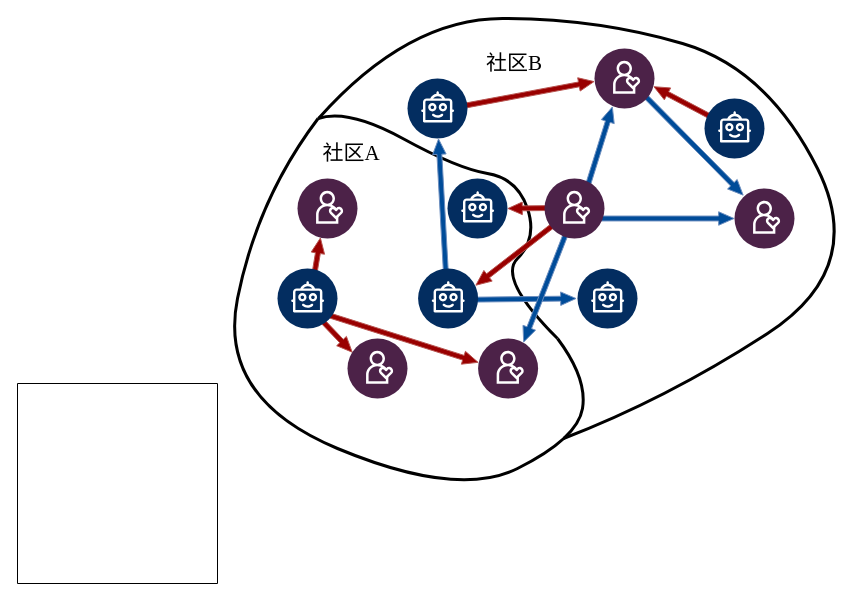
The draw.io diagram 长距离关系示意图.drawio in infizhe/wyz, before the edit. Source tidied: cells renumbered, new cells numbered last; positions are measured from the earlier drawing's top-left corner, leaving out a move shared by most shapes. Both pictures are drawn from the tidied source at 100%, with x=0, y=0 at pixel (17, 18).
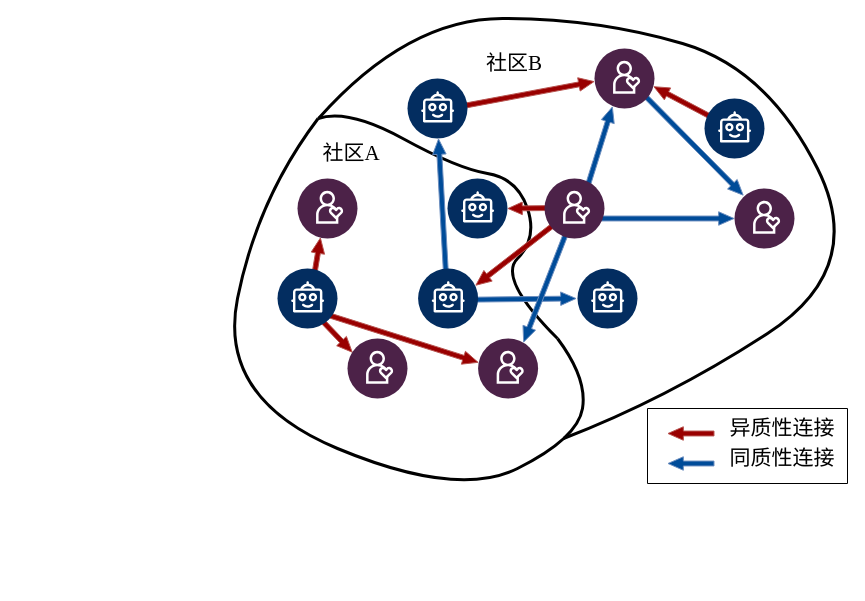
Above is the later version.

Commit message (it also covers changes not shown here):
更新长距离关系示意图.drawio

What changed in the source:
```diff
@@
-    <mxCell id="32" style="swimlane;startSize=0;" parent="1" vertex="1">
-      <mxGeometry y="365" width="200" height="200" as="geometry" />
+    <mxCell id="32" style="swimlane;startSize=0;fillColor=#99FFFF;" parent="1" vertex="1">
+      <mxGeometry x="630" y="390" width="200" height="75" as="geometry" />
     </mxCell>
+    <mxCell id="33" style="shape=flexArrow;endArrow=classic;html=1;rounded=0;fillColor=#990000;strokeColor=#b85450;width=4.888888888888889;endSize=4.782222222222222;endWidth=7.604938271604938;exitX=0.411;exitY=0.523;exitDx=0;exitDy=0;exitPerimeter=0;" parent="32" edge="1">
+      <mxGeometry relative="1" as="geometry">
+        <mxPoint x="67" y="25" as="sourcePoint" />
+        <mxPoint x="20" y="25" as="targetPoint" />
+      </mxGeometry>
+    </mxCell>
+    <mxCell id="34" style="shape=flexArrow;endArrow=classic;html=1;rounded=0;fillColor=#004C99;strokeColor=#6c8ebf;width=4.888888888888889;endSize=4.782222222222222;endWidth=7.604938271604938;exitX=0.411;exitY=0.523;exitDx=0;exitDy=0;exitPerimeter=0;" parent="32" edge="1">
+      <mxGeometry relative="1" as="geometry">
+        <mxPoint x="67" y="55" as="sourcePoint" />
+        <mxPoint x="20" y="55" as="targetPoint" />
+      </mxGeometry>
+    </mxCell>
+    <mxCell id="35" value="异质性连接" style="text;html=1;align=center;verticalAlign=middle;whiteSpace=wrap;rounded=0;fontFamily=Times New Roman;fontSize=21;" parent="32" vertex="1">
+      <mxGeometry x="80" y="5" width="110" height="30" as="geometry" />
+    </mxCell>
+    <mxCell id="36" value="同质性连接" style="text;html=1;align=center;verticalAlign=middle;whiteSpace=wrap;rounded=0;fontFamily=Times New Roman;fontSize=21;" parent="32" vertex="1">
+      <mxGeometry x="80" y="35" width="110" height="30" as="geometry" />
+    </mxCell>
```
